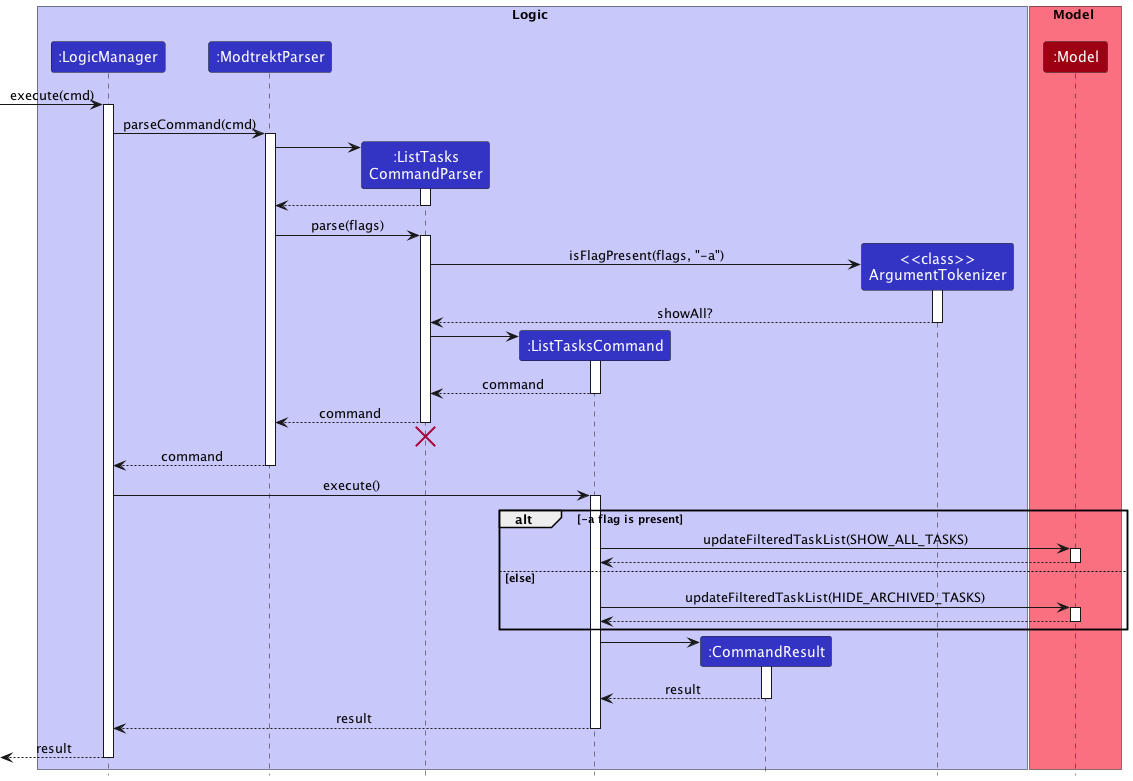
The PlantUML diagram docs/images/tasks/ListingSequenceDiagram.png in nus-cs2103-AY2223S1/tp, before a commit. Its diagram source:
```plantuml
@startuml
!include ../style.puml

box Logic LOGIC_COLOR_T1
participant ":LogicManager" as LogicManager LOGIC_COLOR
participant ":ModtrektParser" as ModtrektParser LOGIC_COLOR
participant ":ListTasks\nCommandParser" as ListTasksCommandParser LOGIC_COLOR
participant ":ListTasksCommand" as ListTasksCommand LOGIC_COLOR
participant ":CommandResult" as CommandResult LOGIC_COLOR
participant "<<class>>\nArgumentTokenizer" as ArgumentTokenizer LOGIC_COLOR

end box

box Model MODEL_COLOR_T1
participant ":Model" as Model MODEL_COLOR
end box

[-> LogicManager : execute(cmd)
activate LogicManager

LogicManager -> ModtrektParser : parseCommand(cmd)
activate ModtrektParser

create ListTasksCommandParser
ModtrektParser -> ListTasksCommandParser
activate ListTasksCommandParser

ListTasksCommandParser --> ModtrektParser
deactivate ListTasksCommandParser

ModtrektParser -> ListTasksCommandParser : parse(flags)
activate ListTasksCommandParser

create ArgumentTokenizer
ListTasksCommandParser -> ArgumentTokenizer : isFlagPresent(flags, "-a")
activate ArgumentTokenizer

ArgumentTokenizer --> ListTasksCommandParser : showAll?
deactivate ArgumentTokenizer

create ListTasksCommand
ListTasksCommandParser -> ListTasksCommand
activate ListTasksCommand

ListTasksCommand --> ListTasksCommandParser : command
deactivate ListTasksCommand

ListTasksCommandParser --> ModtrektParser : command
deactivate ListTasksCommandParser
ListTasksCommandParser -[hidden]-> ModtrektParser
destroy ListTasksCommandParser

ModtrektParser --> LogicManager : command
deactivate ModtrektParser

LogicManager -> ListTasksCommand : execute()
activate ListTasksCommand

alt -a flag is present

    ListTasksCommand -> Model : updateFilteredTaskList(SHOW_ALL_TASKS)
    activate Model

    Model --> ListTasksCommand
    deactivate Model

else else

    ListTasksCommand -> Model : updateFilteredTaskList(HIDE_ARCHIVED_TASKS)
    activate Model

    Model --> ListTasksCommand
    deactivate Model

end

create CommandResult
ListTasksCommand -> CommandResult
activate CommandResult

CommandResult --> ListTasksCommand : result
deactivate CommandResult

ListTasksCommand --> LogicManager : result
deactivate ListTasksCommand

[<--LogicManager : result
deactivate LogicManager
@enduml
```
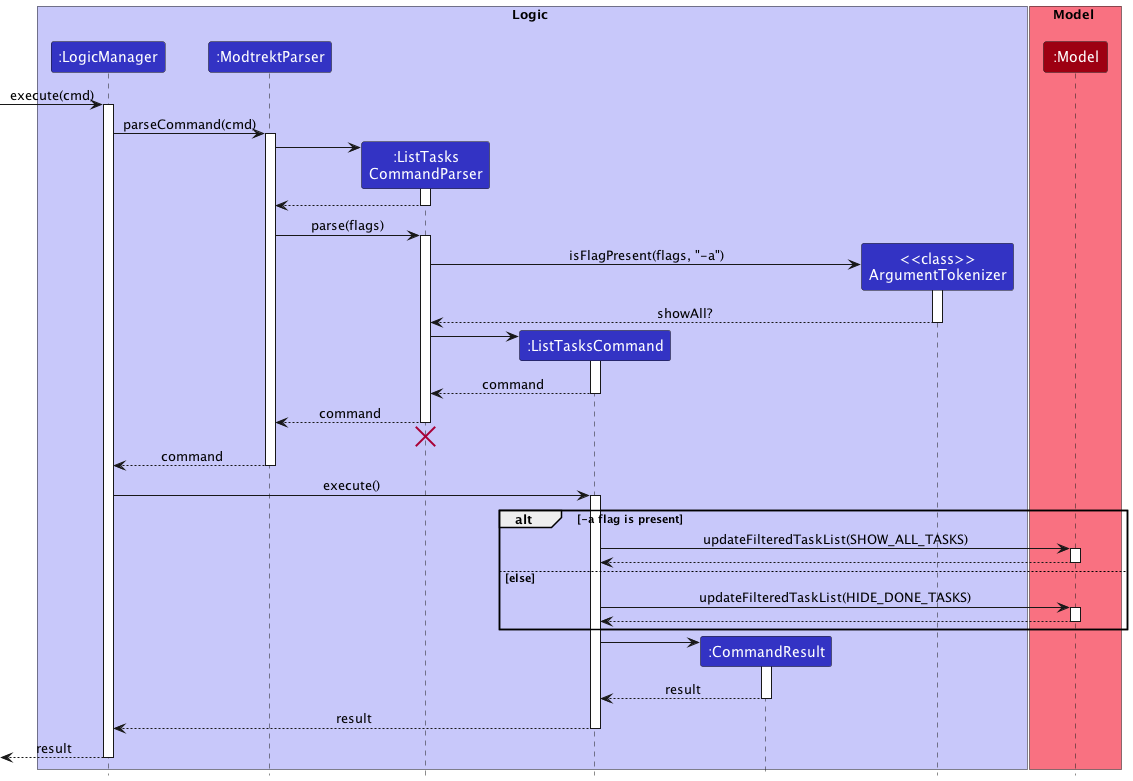
Later version of the same file.

What changed in the source:
```diff
@@ -66,7 +66,7 @@
 
 else else
 
-    ListTasksCommand -> Model : updateFilteredTaskList(HIDE_ARCHIVED_TASKS)
+    ListTasksCommand -> Model : updateFilteredTaskList(HIDE_DONE_TASKS)
     activate Model
 
     Model --> ListTasksCommand
```
